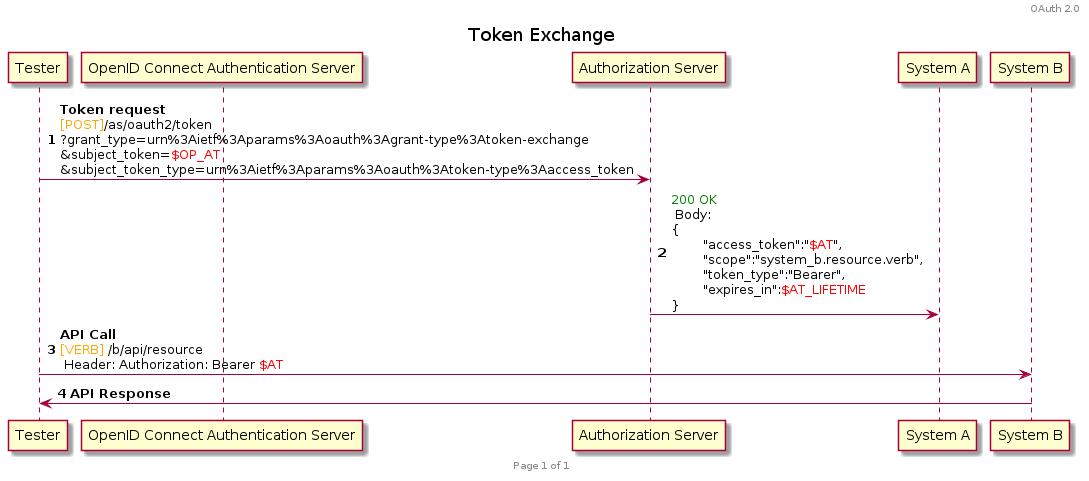
The PlantUML diagram plantuml/oauth2/token_exchange_system_impersonation.png in HenriLefevrePro/Articles, before a commit.
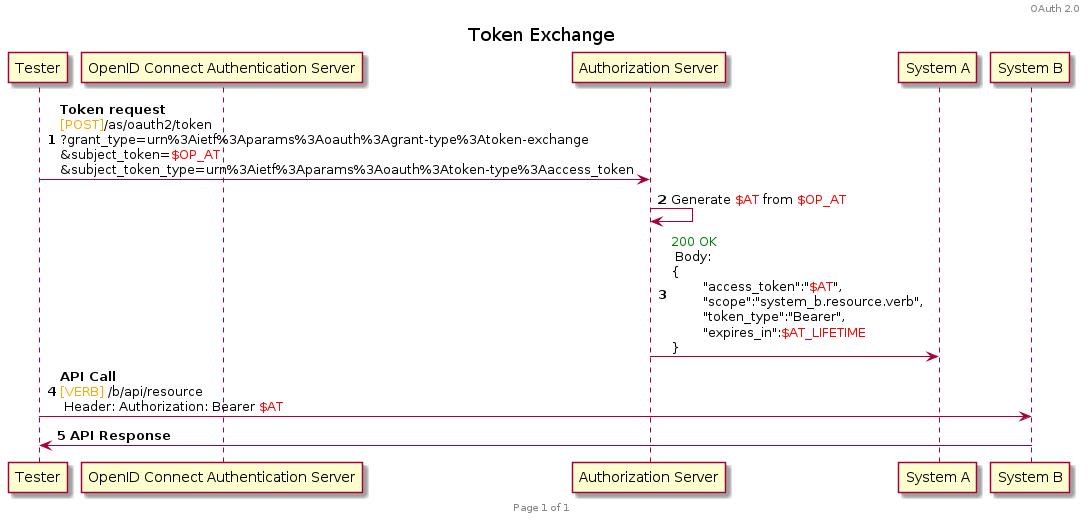
The same diagram one commit later.

Commit message:
[GitHub Actions] Generate PNG images for PlantUML diagrams

Change to the diagram source:
```diff
@@ -13,6 +13,7 @@
 participant B as "System B"
 
 T -> Auth : **Token request**\n<font color=orange>[POST]</font>/as/oauth2/token\n?grant_type=urn%3Aietf%3Aparams%3Aoauth%3Agrant-type%3Atoken-exchange\n&subject_token=<font color=red>$OP_AT</font>\n&subject_token_type=urn%3Aietf%3Aparams%3Aoauth%3Atoken-type%3Aaccess_token
+Auth -> Auth : Generate <font color=red>$AT</font> from <font color=red>$OP_AT</font>
 Auth -> A : <font color=green>200 OK</font> \n Body: \n{\n\t"access_token":"<font color=red>$AT</font>",\n\t"scope":"system_b.resource.verb",\n\t"token_type":"Bearer",\n\t"expires_in":<font color=red>$AT_LIFETIME</font>\n}
 
 T -> B : **API Call** \n<font color=orange>[VERB]</font> /b/api/resource\n Header: Authorization: Bearer <font color=red>$AT</font>
```
